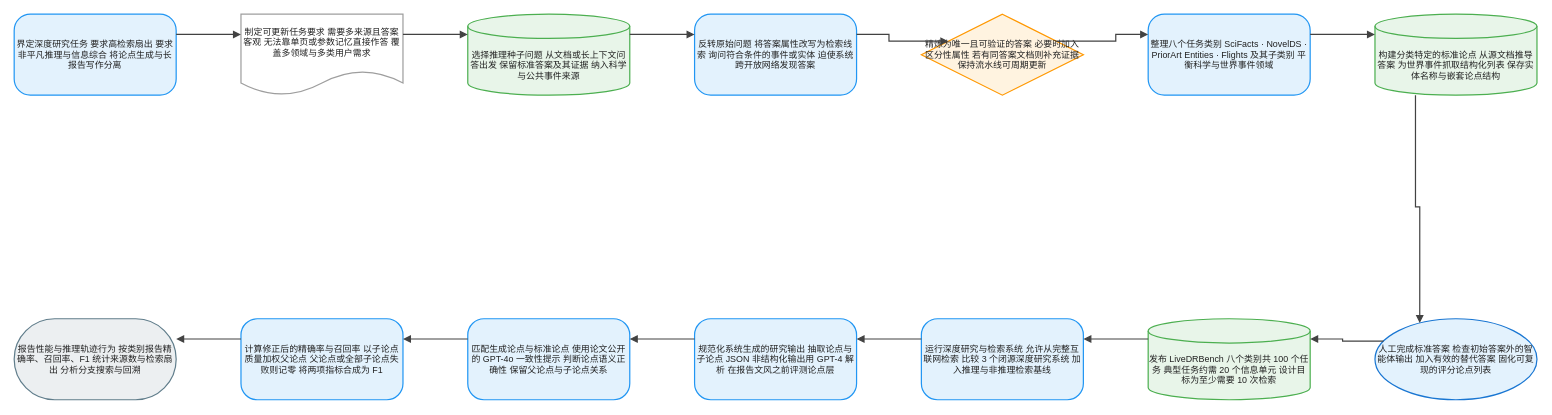
This is client/public/drawio/LiveDRBench/LiveDRBench.zh.drawio from joe1chief/benchmark-hub, a draw.io file, before an edit. Source tidied: cells renumbered, new cells numbered last; positions are measured from the earlier drawing's top-left corner, leaving out a move shared by most shapes. Both pictures are drawn from the tidied source at 81%, with x=0, y=0 at pixel (14, 14).
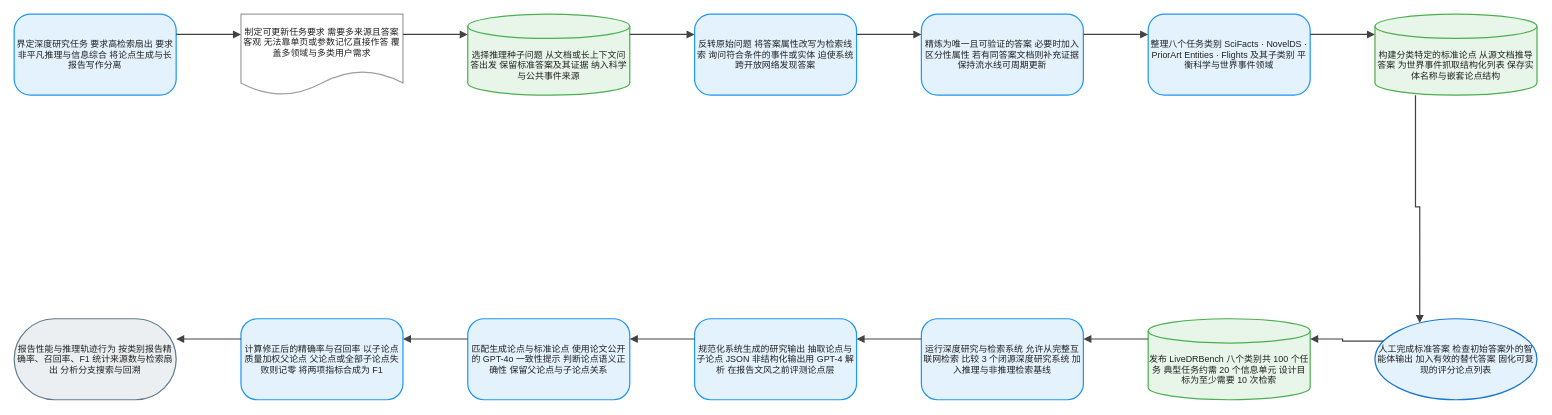
The same page after the edit.

Diff of the diagram source:
```diff
@@
-    <mxCell id="6" value="精炼为唯一且可验证的答案 必要时加入区分性属性 若有同答案文档则补充证据 保持流水线可周期更新" style="rhombus;html=1;whiteSpace=wrap;fillColor=#FFF3E0;strokeColor=#FF9800;strokeWidth=1.5;fontColor=#212121;fontSize=11;fontFamily=Arial, Helvetica, sans-serif;verticalAlign=middle;align=center;" parent="1" vertex="1">
+    <mxCell id="6" value="精炼为唯一且可验证的答案 必要时加入区分性属性 若有同答案文档则补充证据 保持流水线可周期更新" style="rounded=1;arcSize=20;html=1;whiteSpace=wrap;fillColor=#E3F2FD;strokeColor=#2196F3;strokeWidth=1.5;fontColor=#212121;fontSize=11;fontFamily=Arial, Helvetica, sans-serif;verticalAlign=middle;align=center;" parent="1" vertex="1">
       <mxGeometry x="1120" width="200" height="100" as="geometry" />
     </mxCell>
```
